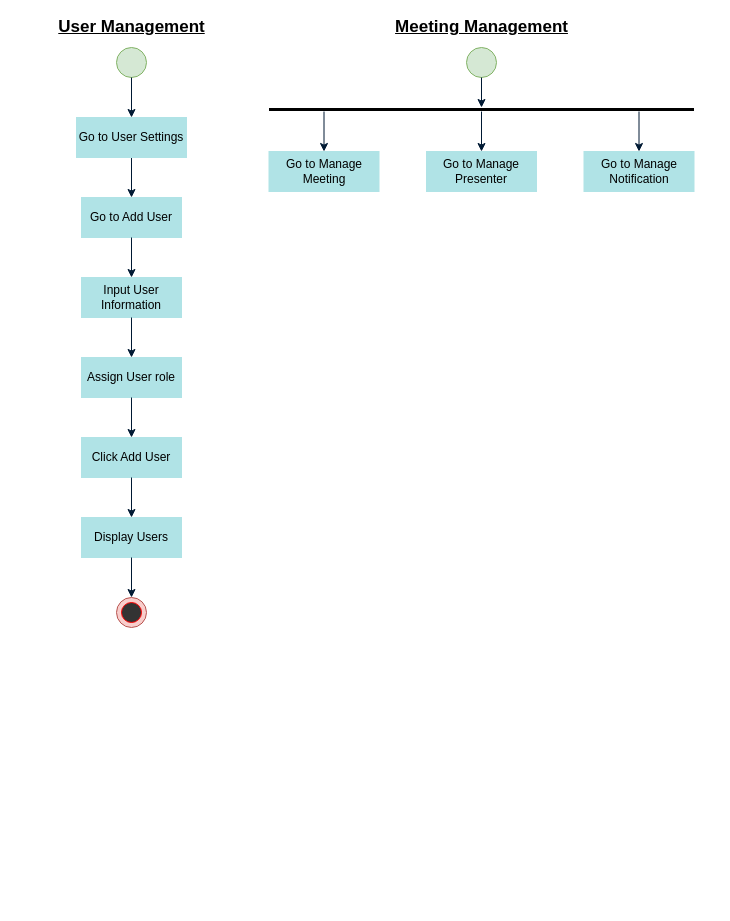
This is Untitled Diagram.drawio from Afifairin/Diagrams, a draw.io file, before an edit. Source tidied: cells renumbered, new cells numbered last; positions are measured from the earlier drawing's top-left corner, leaving out a move shared by most shapes. Both pictures are drawn from the tidied source at 100%, with x=0, y=0 at pixel (51, 17).
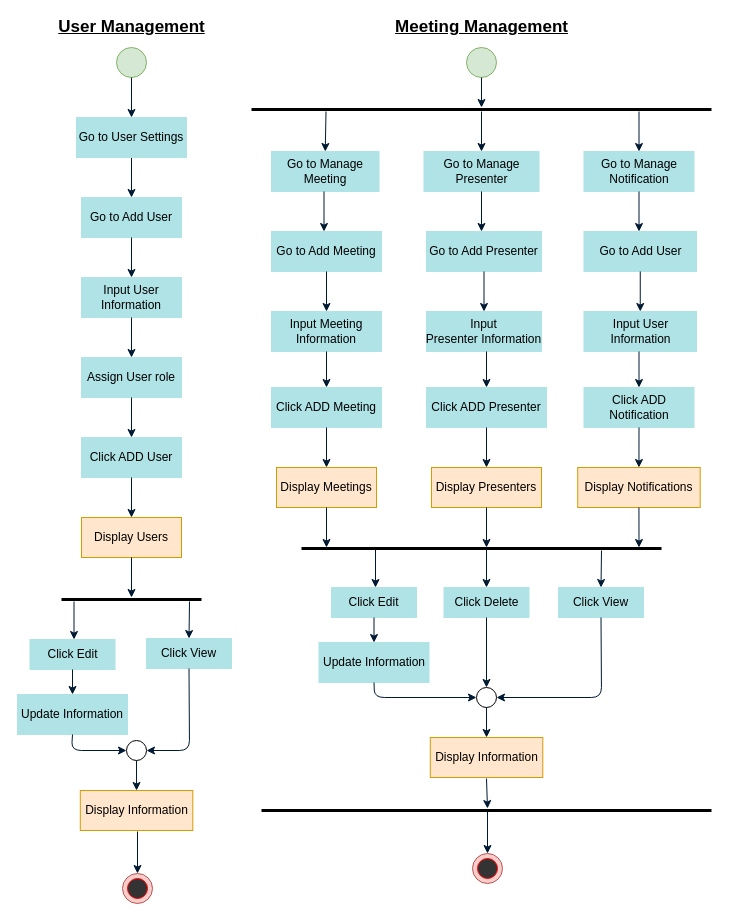
The same diagram, later.

The edit, as a diff of the source:
```diff
@@
-    <mxCell id="2" style="ellipse;whiteSpace=wrap;html=1;fillColor=#f8cecc;strokeColor=#b85450;" parent="1" vertex="1">
-      <mxGeometry x="65" y="580" width="30" height="30" as="geometry" />
-    </mxCell>
@@
-    <mxCell id="10" value="&lt;span&gt;Click Add User&lt;/span&gt;" style="rounded=0;whiteSpace=wrap;html=1;fillColor=#b0e3e6;strokeColor=#B0E3E6;" parent="1" vertex="1">
+    <mxCell id="10" value="&lt;span&gt;Click ADD User&lt;/span&gt;" style="rounded=0;whiteSpace=wrap;html=1;fillColor=#b0e3e6;strokeColor=#B0E3E6;" parent="1" vertex="1">
       <mxGeometry x="30" y="420" width="100" height="40" as="geometry" />
     </mxCell>
@@
-    <mxCell id="13" value="Display Users" style="rounded=0;whiteSpace=wrap;html=1;fillColor=#b0e3e6;strokeColor=#B0E3E6;" parent="1" vertex="1">
+    <mxCell id="13" value="Display Users" style="rounded=0;whiteSpace=wrap;html=1;fillColor=#ffe6cc;strokeColor=#d79b00;" parent="1" vertex="1">
       <mxGeometry x="30" y="500" width="100" height="40" as="geometry" />
     </mxCell>
@@
-    <mxCell id="15" style="ellipse;whiteSpace=wrap;html=1;fillColor=#333333;strokeColor=#FF0000;" parent="1" vertex="1">
-      <mxGeometry x="70" y="585" width="20" height="20" as="geometry" />
-    </mxCell>
-    <mxCell id="16" style="endArrow=classic;html=1;exitX=0.5;exitY=1;exitDx=0;exitDy=0;entryX=0.5;entryY=0;entryDx=0;entryDy=0;strokeColor=#001933;" parent="1" edge="1" source="13" target="2">
-      <mxGeometry relative="1" as="geometry" />
+    <mxCell id="16" style="endArrow=classic;html=1;exitX=0.5;exitY=1;exitDx=0;exitDy=0;entryX=0.5;entryY=0;entryDx=0;entryDy=0;strokeColor=#001933;" parent="1" edge="1" source="13">
+      <mxGeometry relative="1" as="geometry">
+        <mxPoint x="80" y="580" as="targetPoint" />
+      </mxGeometry>
     </mxCell>
@@
     <mxCell id="20" style="line;strokeWidth=3;fillColor=none;align=left;verticalAlign=middle;spacingTop=-1;spacingLeft=3;spacingRight=3;labelPosition=right;" parent="1" vertex="1">
-      <mxGeometry x="217.5" y="88" width="425" height="8" as="geometry" />
+      <mxGeometry x="200" y="88" width="460" height="8" as="geometry" />
     </mxCell>
@@
     <mxCell id="23" value="Go to Manage Meeting" style="rounded=0;whiteSpace=wrap;html=1;fillColor=#b0e3e6;strokeColor=#B0E3E6;" parent="1" vertex="1">
-      <mxGeometry x="217.5" y="134" width="110" height="40" as="geometry" />
+      <mxGeometry x="220" y="134" width="107.5" height="40" as="geometry" />
     </mxCell>
-    <mxCell id="24" style="endArrow=classic;html=1;exitX=0.5;exitY=1;exitDx=0;exitDy=0;entryX=0.5;entryY=0;entryDx=0;entryDy=0;strokeColor=#001933;" parent="1" edge="1" target="23">
+    <mxCell id="24" style="endArrow=classic;html=1;exitX=0.5;exitY=1;exitDx=0;exitDy=0;strokeColor=#001933;entryX=0.5;entryY=0;entryDx=0;entryDy=0;" parent="1" edge="1" target="23">
       <mxGeometry relative="1" as="geometry">
-        <mxPoint x="272.5" y="94" as="sourcePoint" />
+        <mxPoint x="274.5" y="94" as="sourcePoint" />
       </mxGeometry>
     </mxCell>
     <mxCell id="25" value="Go to Manage Presenter" style="rounded=0;whiteSpace=wrap;html=1;fillColor=#b0e3e6;strokeColor=#B0E3E6;" parent="1" vertex="1">
-      <mxGeometry x="375" y="134" width="110" height="40" as="geometry" />
+      <mxGeometry x="372.5" y="134" width="115" height="40" as="geometry" />
     </mxCell>
-    <mxCell id="26" style="endArrow=classic;html=1;exitX=0.5;exitY=1;exitDx=0;exitDy=0;entryX=0.5;entryY=0;entryDx=0;entryDy=0;strokeColor=#001933;" parent="1" edge="1" target="25">
+    <mxCell id="26" style="endArrow=classic;html=1;exitX=0.5;exitY=1;exitDx=0;exitDy=0;strokeColor=#001933;entryX=0.5;entryY=0;entryDx=0;entryDy=0;" parent="1" edge="1" target="25">
       <mxGeometry relative="1" as="geometry">
         <mxPoint x="430" y="94" as="sourcePoint" />
       </mxGeometry>
     </mxCell>
@@
+    <mxCell id="29" style="endArrow=classic;html=1;strokeColor=#001933;exitX=0.5;exitY=1;exitDx=0;exitDy=0;" parent="1" edge="1">
+      <mxGeometry relative="1" as="geometry">
+        <mxPoint x="272.5" y="174" as="sourcePoint" />
+        <mxPoint x="272.5" y="214" as="targetPoint" />
+      </mxGeometry>
+    </mxCell>
+    <mxCell id="30" value="Go to Add Meeting" style="rounded=0;whiteSpace=wrap;html=1;fillColor=#b0e3e6;strokeColor=#B0E3E6;" parent="1" vertex="1">
+      <mxGeometry x="220" y="214" width="110" height="40" as="geometry" />
+    </mxCell>
+    <mxCell id="31" value="Input Meeting Information" style="rounded=0;whiteSpace=wrap;html=1;fillColor=#b0e3e6;strokeColor=#B0E3E6;" parent="1" vertex="1">
+      <mxGeometry x="220" y="294" width="110" height="40" as="geometry" />
+    </mxCell>
+    <mxCell id="32" style="endArrow=classic;html=1;exitX=0.5;exitY=1;exitDx=0;exitDy=0;entryX=0.5;entryY=0;entryDx=0;entryDy=0;strokeColor=#001933;" parent="1" edge="1" source="30" target="31">
+      <mxGeometry relative="1" as="geometry" />
+    </mxCell>
+    <mxCell id="33" style="endArrow=classic;html=1;strokeColor=#001933;exitX=0.5;exitY=1;exitDx=0;exitDy=0;" parent="1" edge="1">
+      <mxGeometry relative="1" as="geometry">
+        <mxPoint x="430" y="174" as="sourcePoint" />
+        <mxPoint x="430" y="214" as="targetPoint" />
+      </mxGeometry>
+    </mxCell>
+    <mxCell id="34" value="Go to Add Presenter" style="rounded=0;whiteSpace=wrap;html=1;fillColor=#b0e3e6;strokeColor=#B0E3E6;" parent="1" vertex="1">
+      <mxGeometry x="375" y="214" width="115" height="40" as="geometry" />
+    </mxCell>
+    <mxCell id="35" value="Input Presenter&amp;nbsp;Information" style="rounded=0;whiteSpace=wrap;html=1;fillColor=#b0e3e6;strokeColor=#B0E3E6;" parent="1" vertex="1">
+      <mxGeometry x="375" y="294" width="115" height="40" as="geometry" />
+    </mxCell>
+    <mxCell id="36" style="endArrow=classic;html=1;exitX=0.5;exitY=1;exitDx=0;exitDy=0;entryX=0.5;entryY=0;entryDx=0;entryDy=0;strokeColor=#001933;" parent="1" edge="1" source="34" target="35">
+      <mxGeometry relative="1" as="geometry" />
+    </mxCell>
+    <mxCell id="37" style="endArrow=classic;html=1;strokeColor=#001933;exitX=0.5;exitY=1;exitDx=0;exitDy=0;" parent="1" edge="1">
+      <mxGeometry relative="1" as="geometry">
+        <mxPoint x="587.5" y="174" as="sourcePoint" />
+        <mxPoint x="587.5" y="214" as="targetPoint" />
+      </mxGeometry>
+    </mxCell>
+    <mxCell id="38" value="Go to Add User" style="rounded=0;whiteSpace=wrap;html=1;fillColor=#b0e3e6;strokeColor=#B0E3E6;" parent="1" vertex="1">
+      <mxGeometry x="532.5" y="214" width="112.5" height="40" as="geometry" />
+    </mxCell>
+    <mxCell id="39" value="Input User Information" style="rounded=0;whiteSpace=wrap;html=1;fillColor=#b0e3e6;strokeColor=#B0E3E6;" parent="1" vertex="1">
+      <mxGeometry x="532.5" y="294" width="112.5" height="40" as="geometry" />
+    </mxCell>
+    <mxCell id="40" style="endArrow=classic;html=1;exitX=0.5;exitY=1;exitDx=0;exitDy=0;entryX=0.5;entryY=0;entryDx=0;entryDy=0;strokeColor=#001933;" parent="1" edge="1" source="38" target="39">
+      <mxGeometry relative="1" as="geometry" />
+    </mxCell>
+    <mxCell id="41" value="&lt;span&gt;Click ADD Meeting&lt;/span&gt;" style="rounded=0;whiteSpace=wrap;html=1;fillColor=#b0e3e6;strokeColor=#B0E3E6;" parent="1" vertex="1">
+      <mxGeometry x="220" y="370" width="110" height="40" as="geometry" />
+    </mxCell>
+    <mxCell id="42" value="Display Meetings" style="rounded=0;whiteSpace=wrap;html=1;fillColor=#ffe6cc;strokeColor=#d79b00;" parent="1" vertex="1">
+      <mxGeometry x="225" y="450" width="100" height="40" as="geometry" />
+    </mxCell>
+    <mxCell id="43" style="endArrow=classic;html=1;exitX=0.5;exitY=1;exitDx=0;exitDy=0;entryX=0.5;entryY=0;entryDx=0;entryDy=0;strokeColor=#001933;" parent="1" edge="1" source="41" target="42">
+      <mxGeometry relative="1" as="geometry" />
+    </mxCell>
+    <mxCell id="44" style="endArrow=classic;html=1;exitX=0.5;exitY=1;exitDx=0;exitDy=0;strokeColor=#001933;entryX=0.5;entryY=0;entryDx=0;entryDy=0;" parent="1" edge="1" source="42">
+      <mxGeometry relative="1" as="geometry">
+        <mxPoint x="275" y="530" as="targetPoint" />
+      </mxGeometry>
+    </mxCell>
+    <mxCell id="45" style="endArrow=classic;html=1;exitX=0.5;exitY=1;exitDx=0;exitDy=0;entryX=0.5;entryY=0;entryDx=0;entryDy=0;strokeColor=#001933;" parent="1" edge="1" source="31" target="41">
+      <mxGeometry relative="1" as="geometry" />
+    </mxCell>
+    <mxCell id="46" value="&lt;span&gt;Click ADD Presenter&lt;/span&gt;" style="rounded=0;whiteSpace=wrap;html=1;fillColor=#b0e3e6;strokeColor=#B0E3E6;" parent="1" vertex="1">
+      <mxGeometry x="375" y="370" width="120" height="40" as="geometry" />
+    </mxCell>
+    <mxCell id="47" value="Display Presenters" style="rounded=0;whiteSpace=wrap;html=1;fillColor=#ffe6cc;strokeColor=#d79b00;" parent="1" vertex="1">
+      <mxGeometry x="380" y="450" width="110" height="40" as="geometry" />
+    </mxCell>
+    <mxCell id="48" style="endArrow=classic;html=1;exitX=0.5;exitY=1;exitDx=0;exitDy=0;entryX=0.5;entryY=0;entryDx=0;entryDy=0;strokeColor=#001933;" parent="1" edge="1" source="46" target="47">
+      <mxGeometry relative="1" as="geometry" />
+    </mxCell>
+    <mxCell id="49" style="endArrow=classic;html=1;exitX=0.5;exitY=1;exitDx=0;exitDy=0;strokeColor=#001933;entryX=0.5;entryY=0;entryDx=0;entryDy=0;" parent="1" edge="1" source="47">
+      <mxGeometry relative="1" as="geometry">
+        <mxPoint x="435" y="530" as="targetPoint" />
+      </mxGeometry>
+    </mxCell>
+    <mxCell id="50" style="endArrow=classic;html=1;exitX=0.5;exitY=1;exitDx=0;exitDy=0;entryX=0.5;entryY=0;entryDx=0;entryDy=0;strokeColor=#001933;" parent="1" edge="1" target="46">
+      <mxGeometry relative="1" as="geometry">
+        <mxPoint x="435" y="334" as="sourcePoint" />
+      </mxGeometry>
+    </mxCell>
+    <mxCell id="51" value="&lt;span&gt;Click ADD Notification&lt;/span&gt;" style="rounded=0;whiteSpace=wrap;html=1;fillColor=#b0e3e6;strokeColor=#B0E3E6;" parent="1" vertex="1">
+      <mxGeometry x="532.5" y="370" width="110" height="40" as="geometry" />
+    </mxCell>
+    <mxCell id="52" value="Display Notifications" style="rounded=0;whiteSpace=wrap;html=1;fillColor=#ffe6cc;strokeColor=#d79b00;" parent="1" vertex="1">
+      <mxGeometry x="526.2" y="450" width="122.5" height="40" as="geometry" />
+    </mxCell>
+    <mxCell id="53" style="endArrow=classic;html=1;exitX=0.5;exitY=1;exitDx=0;exitDy=0;entryX=0.5;entryY=0;entryDx=0;entryDy=0;strokeColor=#001933;" parent="1" edge="1" source="51" target="52">
+      <mxGeometry relative="1" as="geometry" />
+    </mxCell>
+    <mxCell id="54" style="endArrow=classic;html=1;exitX=0.5;exitY=1;exitDx=0;exitDy=0;strokeColor=#001933;entryX=0.5;entryY=0;entryDx=0;entryDy=0;" parent="1" edge="1" source="52">
+      <mxGeometry relative="1" as="geometry">
+        <mxPoint x="587.5" y="530" as="targetPoint" />
+      </mxGeometry>
+    </mxCell>
+    <mxCell id="55" style="endArrow=classic;html=1;exitX=0.5;exitY=1;exitDx=0;exitDy=0;entryX=0.5;entryY=0;entryDx=0;entryDy=0;strokeColor=#001933;" parent="1" edge="1" target="51">
+      <mxGeometry relative="1" as="geometry">
+        <mxPoint x="587.5" y="334" as="sourcePoint" />
+      </mxGeometry>
+    </mxCell>
+    <mxCell id="56" style="ellipse;whiteSpace=wrap;html=1;fillColor=#f8cecc;strokeColor=#b85450;" parent="1" vertex="1">
+      <mxGeometry x="421" y="836" width="30" height="30" as="geometry" />
+    </mxCell>
+    <mxCell id="57" style="ellipse;whiteSpace=wrap;html=1;fillColor=#333333;strokeColor=#FF0000;" parent="1" vertex="1">
+      <mxGeometry x="426" y="841" width="20" height="20" as="geometry" />
+    </mxCell>
+    <mxCell id="58" style="line;strokeWidth=3;fillColor=none;align=left;verticalAlign=middle;spacingTop=-1;spacingLeft=3;spacingRight=3;labelPosition=right;" parent="1" vertex="1">
+      <mxGeometry x="210" y="789" width="450" height="8" as="geometry" />
+    </mxCell>
+    <mxCell id="59" style="endArrow=classic;html=1;entryX=0.5;entryY=0;entryDx=0;entryDy=0;strokeColor=#001933;" parent="1" edge="1" target="56">
+      <mxGeometry relative="1" as="geometry">
+        <mxPoint x="436" y="794" as="sourcePoint" />
+      </mxGeometry>
+    </mxCell>
+    <mxCell id="60" style="line;strokeWidth=3;fillColor=none;align=left;verticalAlign=middle;spacingTop=-1;spacingLeft=3;spacingRight=3;labelPosition=right;" parent="1" vertex="1">
+      <mxGeometry x="250" y="527" width="360" height="8" as="geometry" />
+    </mxCell>
+    <mxCell id="61" style="endArrow=classic;html=1;strokeColor=#001933;" parent="1" edge="1">
+      <mxGeometry relative="1" as="geometry">
+        <mxPoint x="324" y="532" as="sourcePoint" />
+        <mxPoint x="324" y="570" as="targetPoint" />
+      </mxGeometry>
+    </mxCell>
+    <mxCell id="62" value="&lt;span&gt;Click Edit&lt;/span&gt;" style="rounded=0;whiteSpace=wrap;html=1;fillColor=#b0e3e6;strokeColor=#B0E3E6;" parent="1" vertex="1">
+      <mxGeometry x="280" y="570" width="85" height="30" as="geometry" />
+    </mxCell>
+    <mxCell id="63" value="&lt;span&gt;Click Delete&lt;/span&gt;" style="rounded=0;whiteSpace=wrap;html=1;fillColor=#b0e3e6;strokeColor=#B0E3E6;" parent="1" vertex="1">
+      <mxGeometry x="392.5" y="570" width="85" height="30" as="geometry" />
+    </mxCell>
+    <mxCell id="64" value="&lt;span&gt;Click View&lt;/span&gt;" style="rounded=0;whiteSpace=wrap;html=1;fillColor=#b0e3e6;strokeColor=#B0E3E6;" parent="1" vertex="1">
+      <mxGeometry x="507" y="570" width="85" height="30" as="geometry" />
+    </mxCell>
+    <mxCell id="65" style="endArrow=classic;html=1;strokeColor=#001933;entryX=0.5;entryY=0;entryDx=0;entryDy=0;" parent="1" edge="1" target="63">
+      <mxGeometry relative="1" as="geometry">
+        <mxPoint x="435" y="531" as="sourcePoint" />
+      </mxGeometry>
+    </mxCell>
+    <mxCell id="66" style="endArrow=classic;html=1;strokeColor=#001933;entryX=0.5;entryY=0;entryDx=0;entryDy=0;" parent="1" edge="1" target="64">
+      <mxGeometry relative="1" as="geometry">
+        <mxPoint x="550" y="533" as="sourcePoint" />
+      </mxGeometry>
+    </mxCell>
+    <mxCell id="67" value="Update Information" style="rounded=0;whiteSpace=wrap;html=1;fillColor=#b0e3e6;strokeColor=#B0E3E6;" parent="1" vertex="1">
+      <mxGeometry x="267.5" y="625" width="110" height="40" as="geometry" />
+    </mxCell>
+    <mxCell id="68" value="Display Information" style="rounded=0;whiteSpace=wrap;html=1;fillColor=#ffe6cc;strokeColor=#d79b00;" parent="1" vertex="1">
+      <mxGeometry x="378.8" y="720" width="112.5" height="40" as="geometry" />
+    </mxCell>
+    <mxCell id="69" style="ellipse;whiteSpace=wrap;html=1;strokeColor=#000000;strokeWidth=1;fillColor=none;" parent="1" vertex="1">
+      <mxGeometry x="425" y="670" width="20" height="20" as="geometry" />
+    </mxCell>
+    <mxCell id="70" style="endArrow=classic;html=1;exitX=0.5;exitY=1;exitDx=0;exitDy=0;strokeColor=#001933;entryX=0.5;entryY=0;entryDx=0;entryDy=0;" parent="1" edge="1" source="62" target="67">
+      <mxGeometry relative="1" as="geometry" />
+    </mxCell>
+    <mxCell id="71" style="endArrow=classic;html=1;exitX=0.5;exitY=1;exitDx=0;exitDy=0;strokeColor=#001933;entryX=0.5;entryY=0;entryDx=0;entryDy=0;" parent="1" edge="1" source="63" target="69">
+      <mxGeometry relative="1" as="geometry" />
+    </mxCell>
+    <mxCell id="72" style="endArrow=classic;html=1;exitX=0.5;exitY=1;exitDx=0;exitDy=0;strokeColor=#001933;entryX=1;entryY=0.5;entryDx=0;entryDy=0;" parent="1" edge="1" source="64" target="69">
+      <mxGeometry relative="1" as="geometry">
+        <Array as="points">
+          <mxPoint x="550" y="680" />
+        </Array>
+      </mxGeometry>
+    </mxCell>
+    <mxCell id="73" style="endArrow=classic;html=1;exitX=0.5;exitY=1;exitDx=0;exitDy=0;strokeColor=#001933;entryX=0;entryY=0.5;entryDx=0;entryDy=0;" parent="1" edge="1" source="67" target="69">
+      <mxGeometry relative="1" as="geometry">
+        <Array as="points">
+          <mxPoint x="323" y="680" />
+        </Array>
+      </mxGeometry>
+    </mxCell>
+    <mxCell id="74" style="endArrow=classic;html=1;exitX=0.5;exitY=1;exitDx=0;exitDy=0;strokeColor=#001933;entryX=0.5;entryY=0;entryDx=0;entryDy=0;" parent="1" edge="1" source="69" target="68">
+      <mxGeometry relative="1" as="geometry" />
+    </mxCell>
+    <mxCell id="75" style="endArrow=classic;html=1;exitX=0.5;exitY=1;exitDx=0;exitDy=0;strokeColor=#001933;" parent="1" edge="1">
+      <mxGeometry relative="1" as="geometry">
+        <mxPoint x="435" y="761" as="sourcePoint" />
+        <mxPoint x="436" y="791" as="targetPoint" />
+      </mxGeometry>
+    </mxCell>
+    <mxCell id="76" style="ellipse;whiteSpace=wrap;html=1;fillColor=#f8cecc;strokeColor=#b85450;" parent="1" vertex="1">
+      <mxGeometry x="71" y="856" width="30" height="30" as="geometry" />
+    </mxCell>
+    <mxCell id="77" style="ellipse;whiteSpace=wrap;html=1;fillColor=#333333;strokeColor=#FF0000;" parent="1" vertex="1">
+      <mxGeometry x="76" y="861" width="20" height="20" as="geometry" />
+    </mxCell>
+    <mxCell id="78" style="endArrow=classic;html=1;entryX=0.5;entryY=0;entryDx=0;entryDy=0;strokeColor=#001933;" parent="1" edge="1" target="76">
+      <mxGeometry relative="1" as="geometry">
+        <mxPoint x="86" y="814" as="sourcePoint" />
+      </mxGeometry>
+    </mxCell>
+    <mxCell id="79" style="line;strokeWidth=3;fillColor=none;align=left;verticalAlign=middle;spacingTop=-1;spacingLeft=3;spacingRight=3;labelPosition=right;" parent="1" vertex="1">
+      <mxGeometry x="10" y="578" width="140" height="8" as="geometry" />
+    </mxCell>
+    <mxCell id="80" style="endArrow=classic;html=1;strokeColor=#001933;" parent="1" edge="1">
+      <mxGeometry relative="1" as="geometry">
+        <mxPoint x="22.5" y="584" as="sourcePoint" />
+        <mxPoint x="22.5" y="622" as="targetPoint" />
+      </mxGeometry>
+    </mxCell>
+    <mxCell id="81" value="&lt;span&gt;Click Edit&lt;/span&gt;" style="rounded=0;whiteSpace=wrap;html=1;fillColor=#b0e3e6;strokeColor=#B0E3E6;" parent="1" vertex="1">
+      <mxGeometry x="-21.5" y="622" width="85" height="30" as="geometry" />
+    </mxCell>
+    <mxCell id="82" value="&lt;span&gt;Click View&lt;/span&gt;" style="rounded=0;whiteSpace=wrap;html=1;fillColor=#b0e3e6;strokeColor=#B0E3E6;" parent="1" vertex="1">
+      <mxGeometry x="95" y="621" width="85" height="30" as="geometry" />
+    </mxCell>
+    <mxCell id="83" style="endArrow=classic;html=1;strokeColor=#001933;entryX=0.5;entryY=0;entryDx=0;entryDy=0;" parent="1" edge="1" target="82">
+      <mxGeometry relative="1" as="geometry">
+        <mxPoint x="138" y="584" as="sourcePoint" />
+      </mxGeometry>
+    </mxCell>
+    <mxCell id="84" value="Update Information" style="rounded=0;whiteSpace=wrap;html=1;fillColor=#b0e3e6;strokeColor=#B0E3E6;" parent="1" vertex="1">
+      <mxGeometry x="-34" y="677" width="110" height="40" as="geometry" />
+    </mxCell>
+    <mxCell id="85" value="Display Information" style="rounded=0;whiteSpace=wrap;html=1;fillColor=#ffe6cc;strokeColor=#d79b00;" parent="1" vertex="1">
+      <mxGeometry x="28.8" y="773" width="112.5" height="40" as="geometry" />
+    </mxCell>
+    <mxCell id="86" style="ellipse;whiteSpace=wrap;html=1;strokeColor=#000000;strokeWidth=1;fillColor=none;" parent="1" vertex="1">
+      <mxGeometry x="75" y="723" width="20" height="20" as="geometry" />
+    </mxCell>
+    <mxCell id="87" style="endArrow=classic;html=1;exitX=0.5;exitY=1;exitDx=0;exitDy=0;strokeColor=#001933;entryX=0.5;entryY=0;entryDx=0;entryDy=0;" parent="1" edge="1" source="81" target="84">
+      <mxGeometry relative="1" as="geometry" />
+    </mxCell>
+    <mxCell id="88" style="endArrow=classic;html=1;exitX=0.5;exitY=1;exitDx=0;exitDy=0;strokeColor=#001933;entryX=1;entryY=0.5;entryDx=0;entryDy=0;" parent="1" edge="1" source="82" target="86">
+      <mxGeometry relative="1" as="geometry">
+        <Array as="points">
+          <mxPoint x="138" y="733" />
+        </Array>
+      </mxGeometry>
+    </mxCell>
+    <mxCell id="89" style="endArrow=classic;html=1;exitX=0.5;exitY=1;exitDx=0;exitDy=0;strokeColor=#001933;entryX=0;entryY=0.5;entryDx=0;entryDy=0;" parent="1" edge="1" source="84" target="86">
+      <mxGeometry relative="1" as="geometry">
+        <Array as="points">
+          <mxPoint x="20" y="733" />
+        </Array>
+      </mxGeometry>
+    </mxCell>
+    <mxCell id="90" style="endArrow=classic;html=1;exitX=0.5;exitY=1;exitDx=0;exitDy=0;strokeColor=#001933;entryX=0.5;entryY=0;entryDx=0;entryDy=0;" parent="1" edge="1" source="86" target="85">
+      <mxGeometry relative="1" as="geometry" />
+    </mxCell>
```
